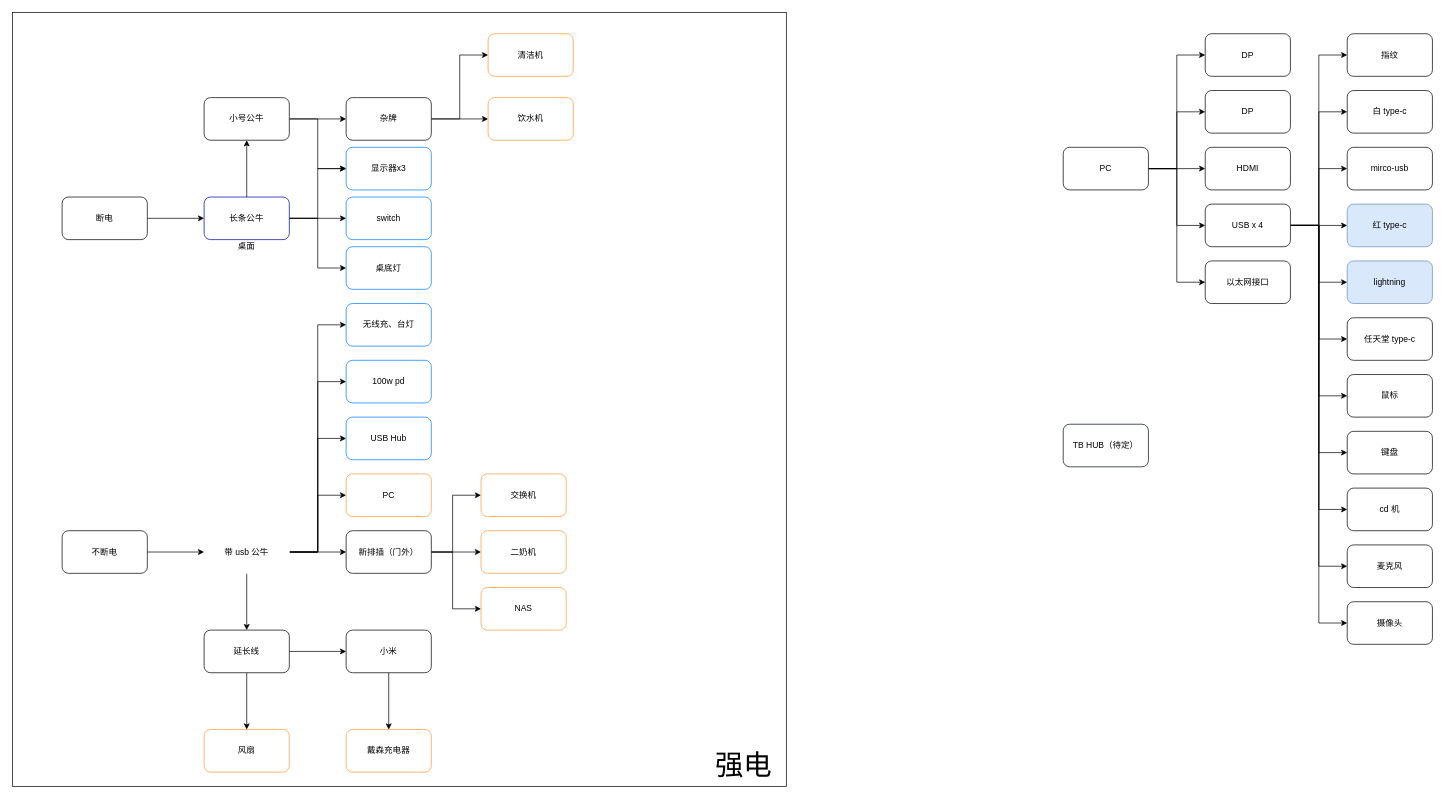
Earlier version of the draw.io diagram 电力改造.drawio (RekiDunois/ImagineThings). Source tidied: cells renumbered, new cells numbered last; positions are measured from the earlier drawing's top-left corner, leaving out a move shared by most shapes. Both pictures are drawn from the tidied source at 71%, with x=0, y=0 at pixel (12, 12).
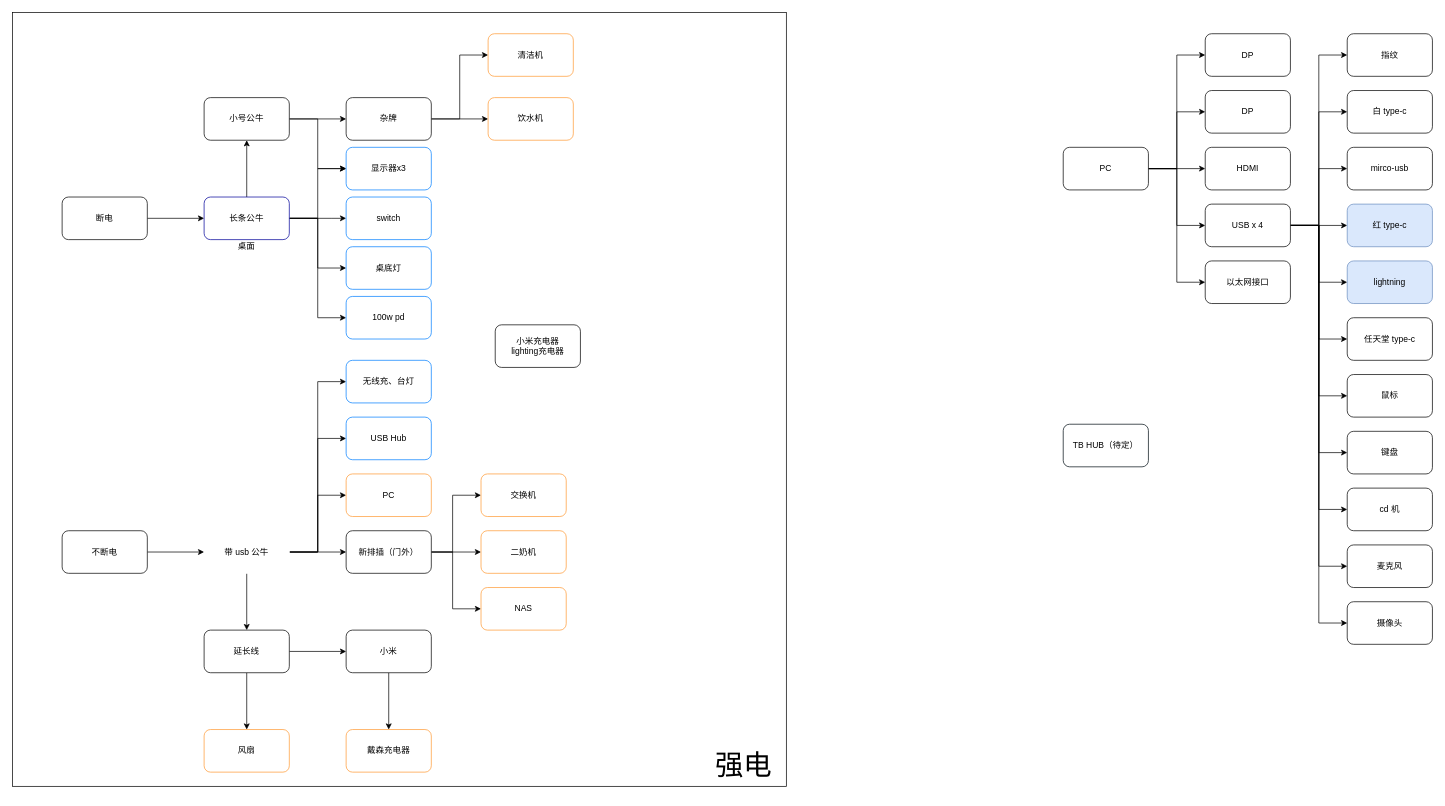
After the change.

Unchanged cells that the change refers to:
```xml
<mxCell id="11" value="长条公牛" style="whiteSpace=wrap;html=1;rounded=1;strokeColor=#000099;" parent="1" vertex="1">
  <mxGeometry x="270" y="260" width="120" height="60" as="geometry" />
</mxCell>
<mxCell id="18" value="带&amp;nbsp;usb&amp;nbsp;公牛" style="whiteSpace=wrap;html=1;rounded=1;fillColor=#FFFFFF;strokeColor=#FFFFFF;" parent="1" vertex="1">
  <mxGeometry x="270" y="730" width="120" height="60" as="geometry" />
</mxCell>
```

Diff of the diagram source:
```diff
@@
+    <mxCell id="84" style="edgeStyle=orthogonalEdgeStyle;rounded=0;jettySize=auto;html=1;entryX=0;entryY=0.5;entryDx=0;entryDy=0;" parent="1" edge="1" source="11" target="42">
+      <mxGeometry relative="1" as="geometry" />
+    </mxCell>
@@
-    <mxCell id="16" style="edgeStyle=orthogonalEdgeStyle;rounded=0;jettySize=auto;html=1;" parent="1" edge="1" source="18" target="42">
-      <mxGeometry relative="1" as="geometry">
-        <Array as="points">
-          <mxPoint x="430" y="760" />
-          <mxPoint x="430" y="520" />
-        </Array>
-      </mxGeometry>
-    </mxCell>
     <mxCell id="17" style="edgeStyle=orthogonalEdgeStyle;rounded=0;jettySize=auto;html=1;" parent="1" edge="1" source="18" target="46">
       <mxGeometry relative="1" as="geometry">
         <Array as="points">
           <mxPoint x="430" y="760" />
-          <mxPoint x="430" y="440" />
+          <mxPoint x="430" y="520" />
         </Array>
       </mxGeometry>
     </mxCell>
@@
     <mxCell id="42" value="100w&amp;nbsp;pd" style="whiteSpace=wrap;html=1;rounded=1;strokeColor=#007FFF;" parent="1" vertex="1">
-      <mxGeometry x="470" y="490" width="120" height="60" as="geometry" />
+      <mxGeometry x="470" y="400" width="120" height="60" as="geometry" />
     </mxCell>
@@
     <mxCell id="46" value="无线充、台灯" style="whiteSpace=wrap;html=1;rounded=1;strokeColor=#007FFF;" parent="1" vertex="1">
-      <mxGeometry x="470" y="410" width="120" height="60" as="geometry" />
+      <mxGeometry x="470" y="490" width="120" height="60" as="geometry" />
     </mxCell>
@@
+    <mxCell id="85" value="小米充电器&lt;br&gt;lighting充电器" style="rounded=1;whiteSpace=wrap;html=1;" parent="1" vertex="1">
+      <mxGeometry x="680" y="440" width="120" height="60" as="geometry" />
+    </mxCell>
```
